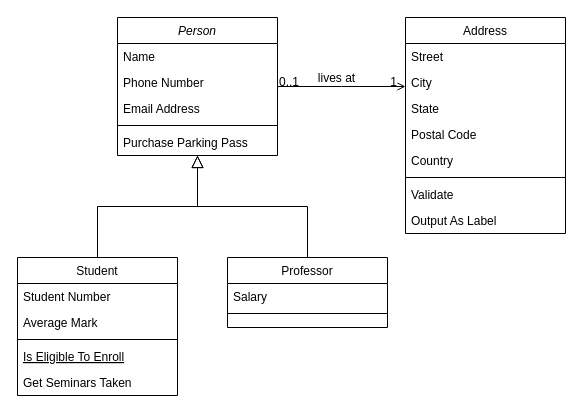
SashaOv/ravenous keeps this draw.io diagram as Untitled Diagram.drawio. Above is the earlier version. Source tidied: cells renumbered, new cells numbered last; positions are measured from the earlier drawing's top-left corner, leaving out a move shared by most shapes. Both pictures are drawn from the tidied source at 100%, with x=0, y=0 at pixel (17, 17).
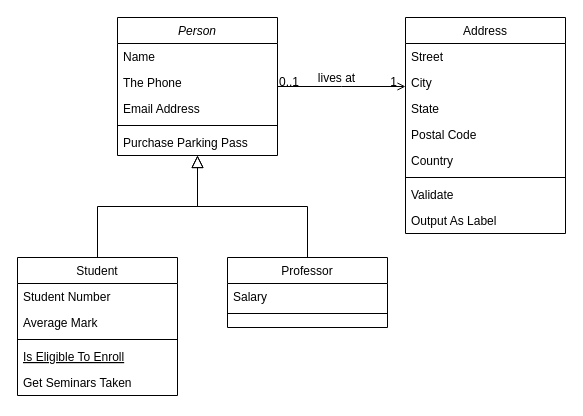
The same diagram, later.

Unchanged cells that the change refers to:
```xml
<mxCell id="2" value="Person" style="swimlane;fontStyle=2;align=center;verticalAlign=top;horizontal=1;startSize=26;rounded=0;shadow=0;strokeWidth=1;" parent="1" vertex="1">
  <mxGeometry x="100" width="160" height="138" as="geometry" />
</mxCell>
```

Diff of the diagram source:
```diff
@@
-    <mxCell id="4" value="Phone Number" style="text;align=left;verticalAlign=top;spacingLeft=4;spacingRight=4;overflow=hidden;rounded=0;shadow=0;html=0;" parent="2" vertex="1">
+    <mxCell id="4" value="The Phone" style="text;align=left;verticalAlign=top;spacingLeft=4;spacingRight=4;overflow=hidden;rounded=0;shadow=0;html=0;" parent="2" vertex="1">
       <mxGeometry y="52" width="160" height="26" as="geometry" />
     </mxCell>
```
